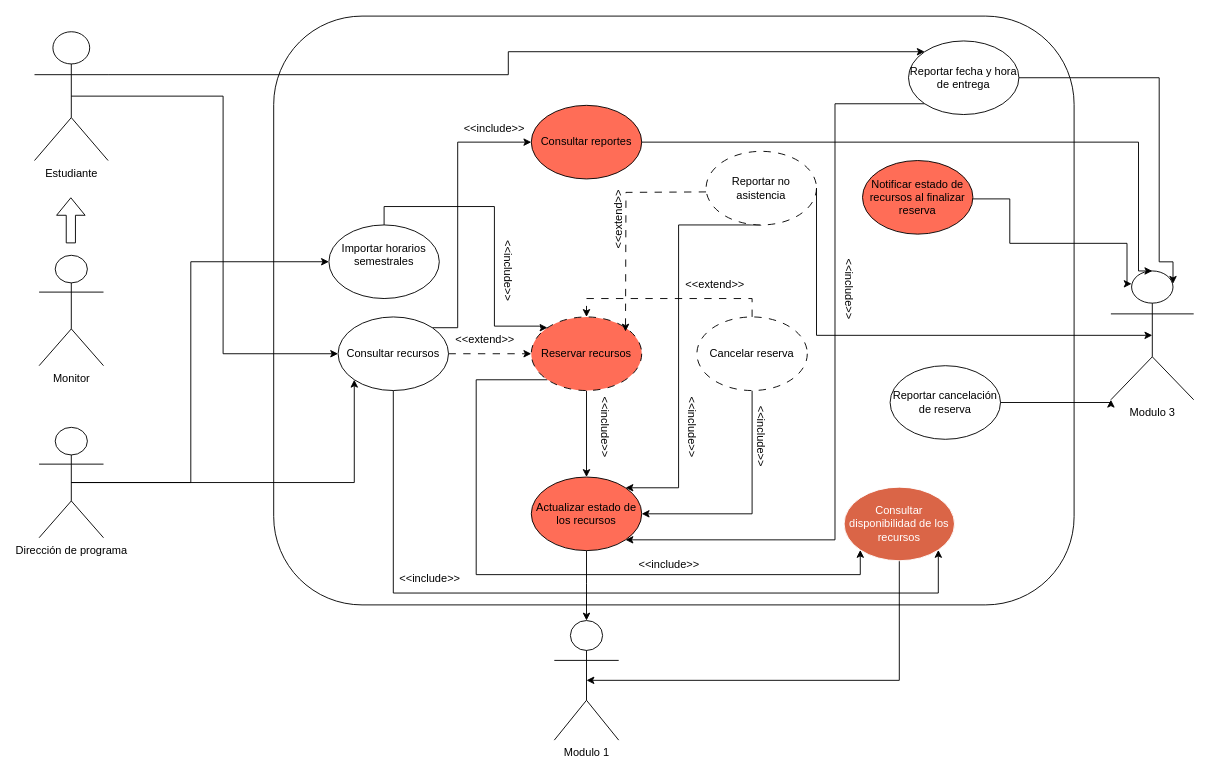
This is docs/unimag4.drawio from codigotpx/ReservasUnimag, a draw.io file, before an edit. Source tidied: cells renumbered, new cells numbered last; positions are measured from the earlier drawing's top-left corner, leaving out a move shared by most shapes. Both pictures are drawn from the tidied source at 92%, with x=0, y=0 at pixel (34, 16).
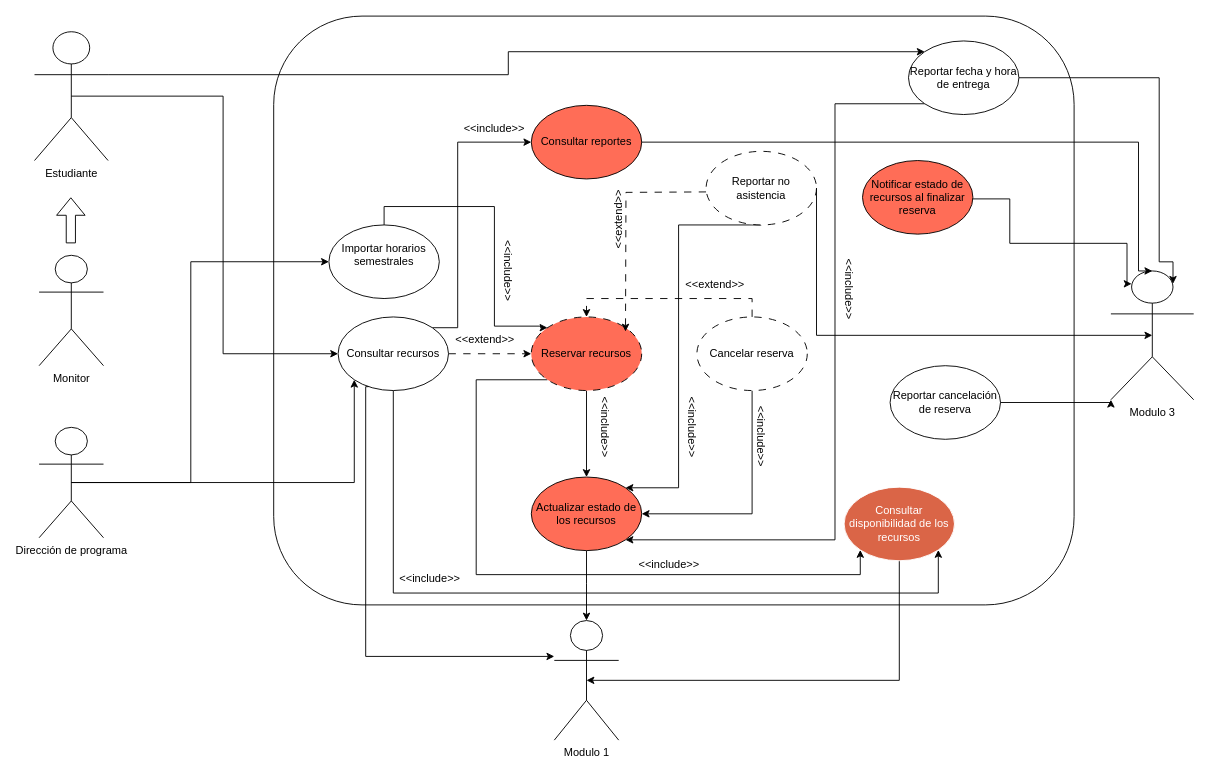
The same diagram, later.

The change refers to these unchanged cells:
```xml
<mxCell id="11" value="Consultar recursos" style="ellipse;whiteSpace=wrap;html=1;shapeInside=1;" parent="1" vertex="1">
  <mxGeometry x="330" y="327" width="120" height="80" as="geometry" />
</mxCell>
<mxCell id="26" value="Modulo 1" style="shape=umlActor;verticalLabelPosition=bottom;verticalAlign=top;html=1;outlineConnect=0;" parent="1" vertex="1">
  <mxGeometry x="565" y="657" width="70" height="130" as="geometry" />
</mxCell>
```

Change to the diagram source:
```diff
@@
+    <mxCell id="53" style="edgeStyle=orthogonalEdgeStyle;rounded=0;jettySize=auto;html=1;exitX=0.25;exitY=1;exitDx=0;exitDy=0;entryX=0;entryY=0.3;entryDx=0;entryDy=0;entryPerimeter=0;" parent="1" edge="1" source="11" target="26">
+      <mxGeometry relative="1" as="geometry">
+        <Array as="points">
+          <mxPoint x="360" y="696" />
+        </Array>
+      </mxGeometry>
+    </mxCell>
```
